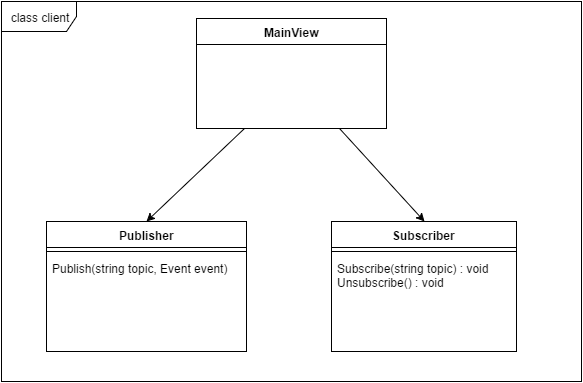
Earlier version of the draw.io export Report/figure/client_class.png (Rotvig/Architecture-and-Design-of-Distributed-Dependable-Systems-TI-ARDI). Source tidied: cells renumbered, new cells last; positions are measured from the earlier drawing's top-left corner, leaving out a move shared by most shapes.
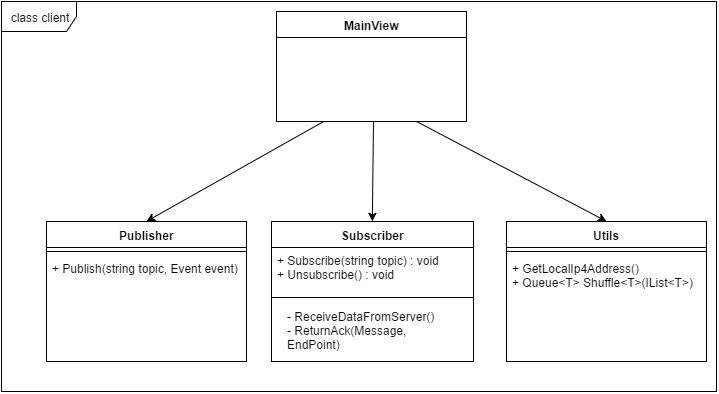
After the commit.

Commit message:
class diagram for server and client updated

What changed in the source:
```diff
@@ -5,32 +5,51 @@
     <mxCell id="2" style="rounded=0;html=1;exitX=0.25;exitY=1;entryX=0.5;entryY=0;jettySize=auto;" parent="1" edge="1" source="4" target="8">
       <mxGeometry relative="1" as="geometry" />
     </mxCell>
-    <mxCell id="3" style="rounded=0;html=1;exitX=0.75;exitY=1;entryX=0.5;entryY=0;jettySize=auto;" parent="1" edge="1" source="4" target="5">
-      <mxGeometry relative="1" as="geometry" />
+    <mxCell id="3" style="rounded=0;html=1;entryX=0.5;entryY=0;jettySize=auto;" parent="1" edge="1" target="5">
+      <mxGeometry relative="1" as="geometry">
+        <mxPoint x="295" y="30" as="sourcePoint" />
+      </mxGeometry>
     </mxCell>
     <mxCell id="4" value="MainView" style="swimlane;html=1;fontStyle=1;align=center;verticalAlign=top;horizontal=1;startSize=26;swimlaneFillColor=#ffffff;" parent="1" vertex="1">
-      <mxGeometry x="195" y="17" width="190" height="110" as="geometry" />
+      <mxGeometry x="198" y="-80" width="190" height="110" as="geometry" />
     </mxCell>
     <mxCell id="5" value="Subscriber" style="swimlane;html=1;fontStyle=1;align=center;verticalAlign=top;horizontal=1;startSize=26;swimlaneFillColor=#ffffff;" parent="1" vertex="1">
-      <mxGeometry x="330" y="220" width="185" height="130" as="geometry" />
+      <mxGeometry x="193" y="130" width="202" height="140" as="geometry" />
     </mxCell>
+    <mxCell id="7" value="+ Subscribe(string topic) : void&lt;div&gt;+ Un&lt;span&gt;subscribe() : void&lt;/span&gt;&lt;/div&gt;&lt;div&gt;&lt;div&gt;&lt;br&gt;&lt;/div&gt;&lt;/div&gt;" style="text;html=1;strokeColor=none;fillColor=none;align=left;verticalAlign=top;spacingLeft=4;spacingRight=4;whiteSpace=wrap;overflow=hidden;" parent="5" vertex="1">
+      <mxGeometry y="26" width="202" height="46" as="geometry" />
+    </mxCell>
     <mxCell id="6" style="line;html=1;strokeWidth=1;fillColor=none;align=left;verticalAlign=middle;spacingTop=-1;spacingLeft=3;spacingRight=3;labelPosition=right;" parent="5" vertex="1">
-      <mxGeometry y="26" width="185" height="8" as="geometry" />
+      <mxGeometry y="72" width="202" height="8" as="geometry" />
     </mxCell>
-    <mxCell id="7" value="Subscribe(string topic) : void&lt;div&gt;Un&lt;span&gt;subscribe() : void&lt;/span&gt;&lt;/div&gt;&lt;div&gt;&lt;div&gt;&lt;br&gt;&lt;/div&gt;&lt;/div&gt;" style="text;html=1;strokeColor=none;fillColor=none;align=left;verticalAlign=top;spacingLeft=4;spacingRight=4;whiteSpace=wrap;overflow=hidden;" parent="5" vertex="1">
-      <mxGeometry y="34" width="185" height="40" as="geometry" />
-    </mxCell>
     <mxCell id="8" value="Publisher" style="swimlane;html=1;fontStyle=1;align=center;verticalAlign=top;horizontal=1;startSize=26;swimlaneFillColor=#ffffff;" parent="1" vertex="1">
-      <mxGeometry x="45" y="220" width="200" height="130" as="geometry" />
+      <mxGeometry x="-32" y="130" width="200" height="140" as="geometry" />
     </mxCell>
     <mxCell id="9" style="line;html=1;strokeWidth=1;fillColor=none;align=left;verticalAlign=middle;spacingTop=-1;spacingLeft=3;spacingRight=3;labelPosition=right;" parent="8" vertex="1">
       <mxGeometry y="26" width="200" height="8" as="geometry" />
     </mxCell>
-    <mxCell id="10" value="Publish(string topic, Event event)" style="text;html=1;strokeColor=none;fillColor=none;align=left;verticalAlign=top;spacingLeft=4;spacingRight=4;whiteSpace=wrap;overflow=hidden;" parent="8" vertex="1">
+    <mxCell id="10" value="+ Publish(string topic, Event event)" style="text;html=1;strokeColor=none;fillColor=none;align=left;verticalAlign=top;spacingLeft=4;spacingRight=4;whiteSpace=wrap;overflow=hidden;" parent="8" vertex="1">
       <mxGeometry y="34" width="200" height="26" as="geometry" />
     </mxCell>
     <mxCell id="11" value="class client" style="shape=umlFrame;whiteSpace=wrap;html=1;width=75;height=30;" parent="1" vertex="1">
-      <mxGeometry width="580" height="380" as="geometry" />
+      <mxGeometry x="-77" y="-90" width="715" height="390" as="geometry" />
     </mxCell>
+    <mxCell id="12" value="Utils" style="swimlane;html=1;fontStyle=1;align=center;verticalAlign=top;horizontal=1;startSize=26;swimlaneFillColor=#ffffff;" parent="1" vertex="1">
+      <mxGeometry x="428" y="130" width="200" height="140" as="geometry" />
+    </mxCell>
+    <mxCell id="13" style="line;html=1;strokeWidth=1;fillColor=none;align=left;verticalAlign=middle;spacingTop=-1;spacingLeft=3;spacingRight=3;labelPosition=right;" parent="12" vertex="1">
+      <mxGeometry y="26" width="200" height="8" as="geometry" />
+    </mxCell>
+    <mxCell id="14" value="+ GetLocalIp4Address()&lt;div&gt;+ Queue&amp;lt;T&amp;gt; Shuffle&amp;lt;T&amp;gt;(IList&amp;lt;T&amp;gt;)&lt;/div&gt;" style="text;html=1;strokeColor=none;fillColor=none;align=left;verticalAlign=top;spacingLeft=4;spacingRight=4;whiteSpace=wrap;overflow=hidden;" parent="12" vertex="1">
+      <mxGeometry y="34" width="200" height="46" as="geometry" />
+    </mxCell>
+    <mxCell id="15" style="rounded=0;html=1;entryX=0.5;entryY=0;jettySize=auto;" parent="1" edge="1" target="12">
+      <mxGeometry x="400" y="140" as="geometry">
+        <mxPoint x="338" y="30" as="sourcePoint" />
+      </mxGeometry>
+    </mxCell>
+    <mxCell id="16" value="&lt;div&gt;&lt;div&gt;- ReceiveDataFromServer()&lt;/div&gt;&lt;/div&gt;&lt;div&gt;- ReturnAck(Message, EndPoint)&lt;br&gt;&lt;/div&gt;" style="text;html=1;strokeColor=none;fillColor=none;align=left;verticalAlign=top;spacingLeft=4;spacingRight=4;whiteSpace=wrap;overflow=hidden;" parent="1" vertex="1">
+      <mxGeometry x="203" y="212" width="185" height="46" as="geometry" />
+    </mxCell>
   </root>
 </mxGraphModel>
```
